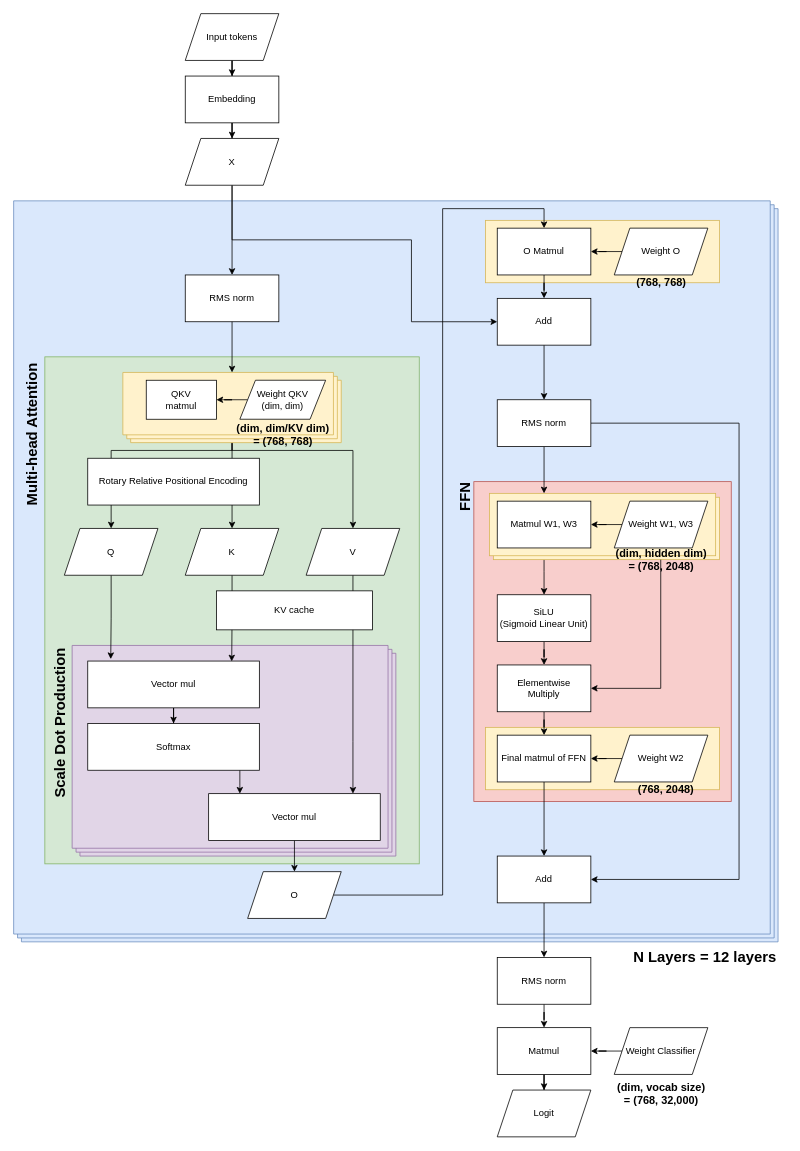
This is page "Page-1" (1 of 2) of llama2.c.drawio from yw9865/drawio, a draw.io file, before an edit. Source tidied: cells renumbered, new cells numbered last; positions are measured from the earlier drawing's top-left corner, leaving out a move shared by most shapes. Both pictures are drawn from the tidied source at 78%, with x=0, y=0 at pixel (-49, 13).
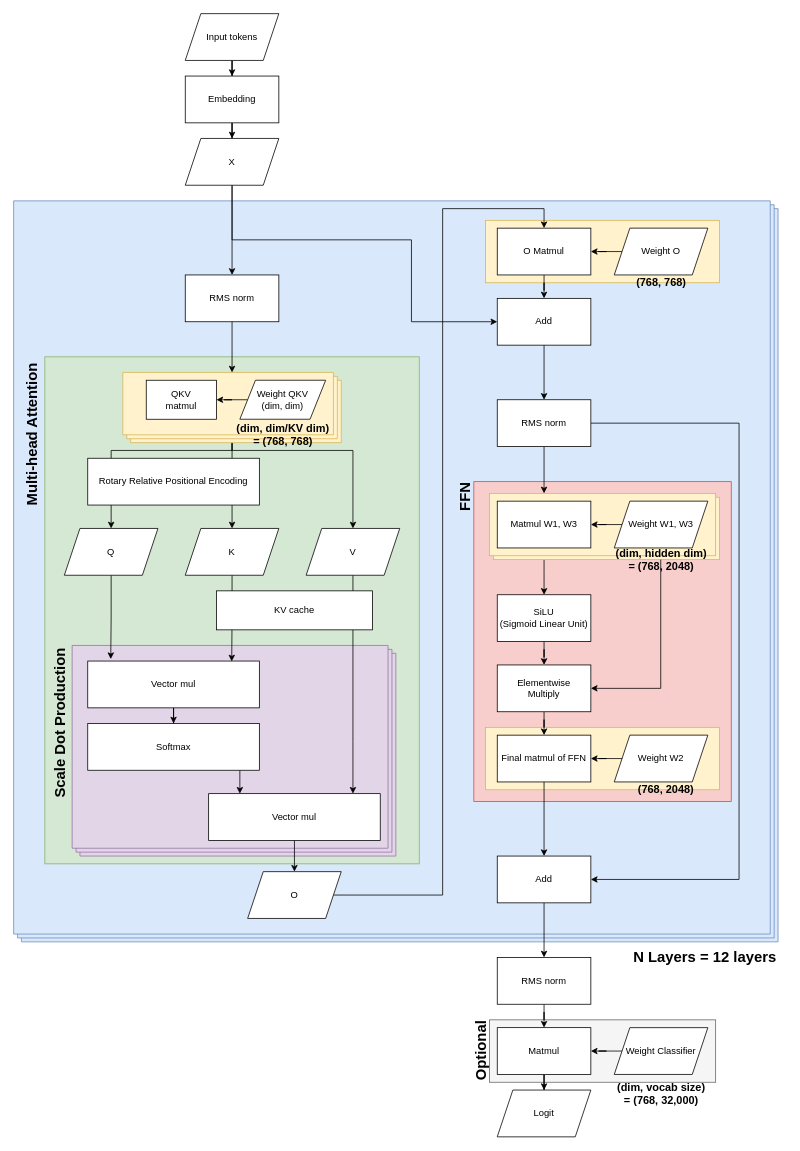
After the change.

Commit message:
llama2.c: Annotate classifier optional

Change to the diagram source:
```diff
@@
+    <mxCell id="82" style="rounded=0;whiteSpace=wrap;html=1;fillColor=#f5f5f5;fontColor=#333333;strokeColor=#666666;" parent="1" vertex="1">
+      <mxGeometry x="690" y="1290" width="290" height="80" as="geometry" />
+    </mxCell>
@@
+    <mxCell id="83" value="&lt;span style=&quot;font-size: 19px;&quot;&gt;&lt;b&gt;Optional&lt;/b&gt;&lt;/span&gt;" style="text;html=1;align=center;verticalAlign=middle;strokeColor=none;fillColor=none;rotation=-90;" parent="1" vertex="1">
+      <mxGeometry x="630" y="1310" width="100" height="40" as="geometry" />
+    </mxCell>
```
